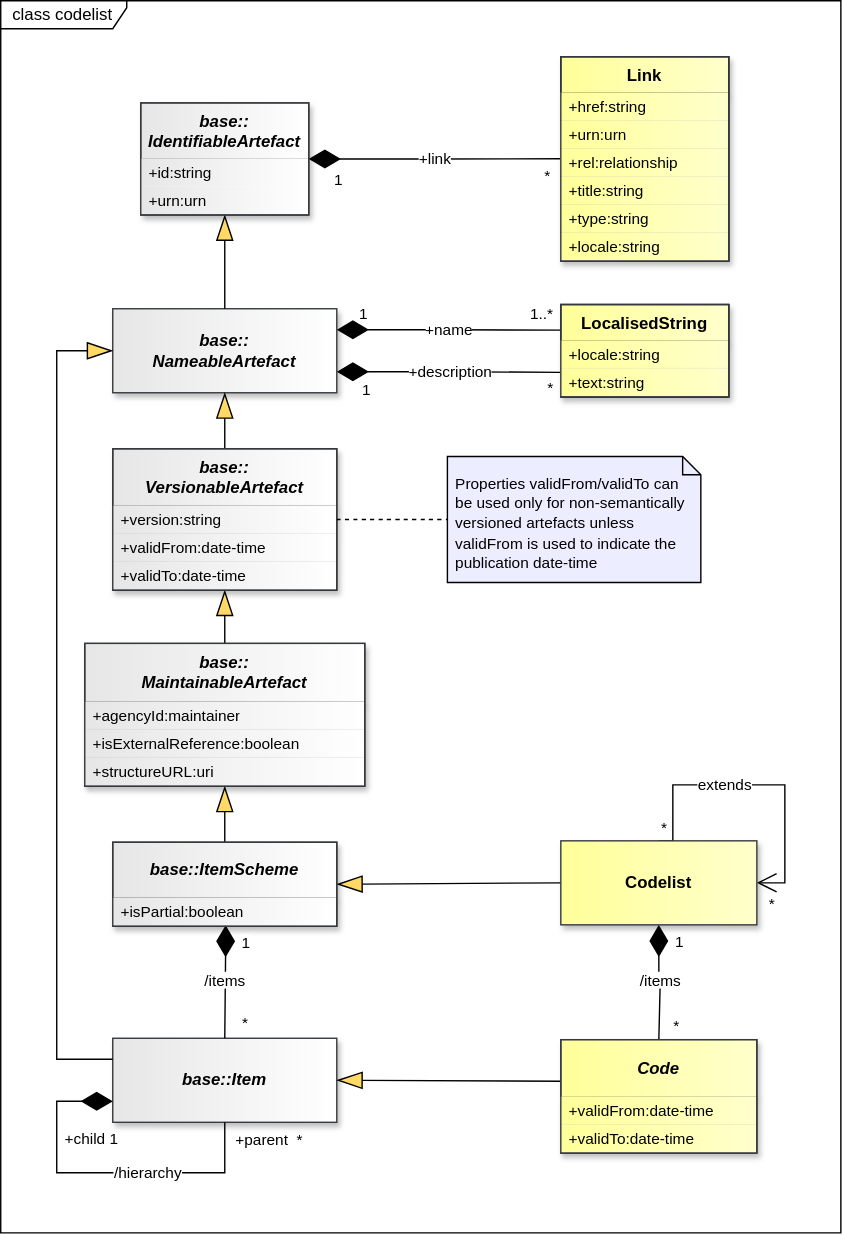
sdmx-twg/sdmx-im keeps this draw.io diagram as docs/information_model/media/sdmx_codelist-codelist.svg. Above is the earlier version. Source tidied: cells renumbered, new cells last; positions are measured from the earlier drawing's top-left corner, leaving out a move shared by most shapes.
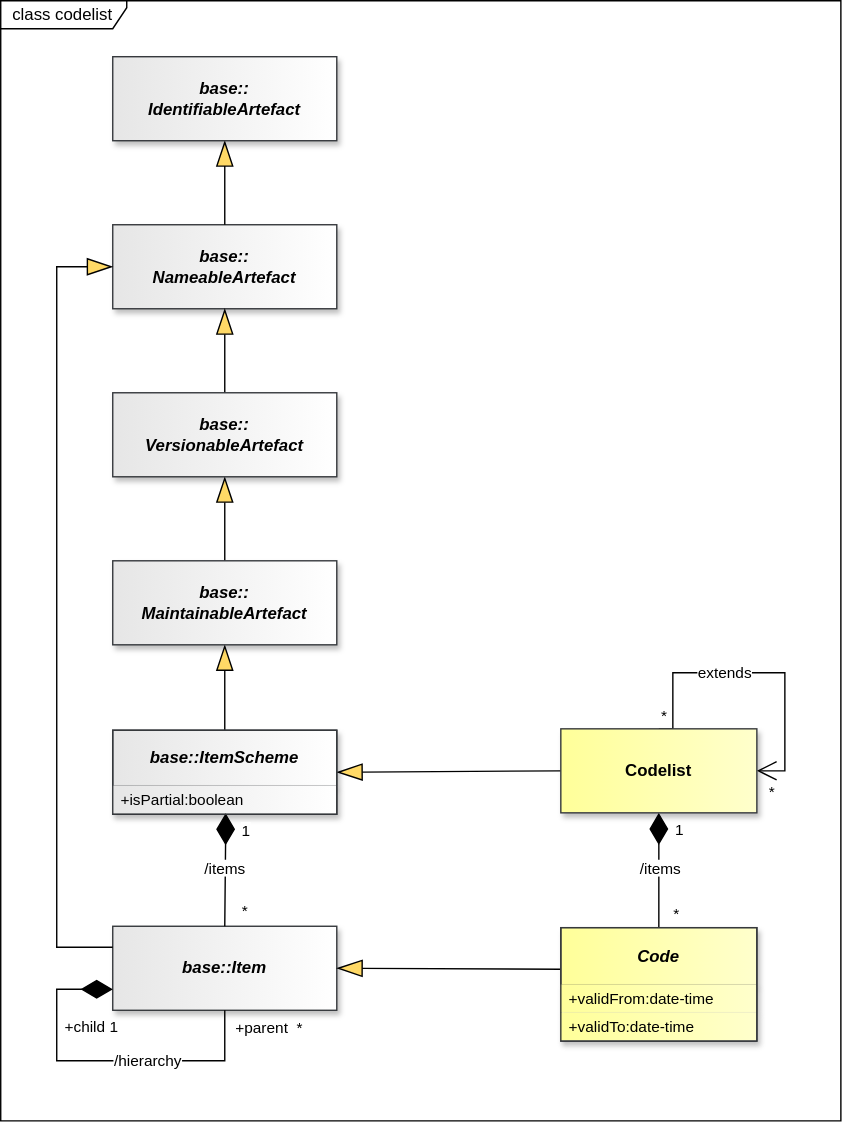
Above is the later version.

Diff of the diagram source:
```diff
@@ -5,3 +5,3 @@
     <mxCell id="2" value="&amp;nbsp; class codelist" style="shape=umlFrame;whiteSpace=wrap;html=1;fillColor=light-dark(#FFFFFF,#121212);swimlaneFillColor=light-dark(#FFFFFF,#121212);width=90;height=20;strokeColor=default;strokeWidth=1;align=left;" parent="1" vertex="1">
-      <mxGeometry width="600" height="880" as="geometry" />
+      <mxGeometry y="80" width="600" height="800" as="geometry" />
     </mxCell>
@@ -64,13 +64,4 @@
     </mxCell>
-    <mxCell id="22" value="base::&lt;br&gt;IdentifiableArtefact" style="swimlane;fontStyle=3;align=center;verticalAlign=top;horizontal=1;startSize=40;whiteSpace=wrap;html=1;strokeColor=#36393d;fontFamily=Helvetica;fontSize=12;fillColor=light-dark(#E6E6E6,#E6E6E6);gradientDirection=east;gradientColor=light-dark(#FFFFFF,#FFFFFF);fontColor=light-dark(#000000,#000000);shadow=1;perimeterSpacing=0;strokeWidth=1;textShadow=0;groupPadding=0 0 0 2;swimlaneFillColor=default;" parent="1" vertex="1">
-      <mxGeometry x="100" y="73" width="120" height="80" as="geometry" />
-    </mxCell>
-    <mxCell id="23" value="+id:string" style="text;strokeColor=none;fillColor=light-dark(#E6E6E6,#E6E6E6);align=left;verticalAlign=middle;spacingLeft=4;spacingRight=4;overflow=hidden;whiteSpace=wrap;html=1;fontFamily=Helvetica;fontSize=11;fontColor=light-dark(#000000,#000000);fontStyle=0;gradientColor=light-dark(#FFFFFF,#FFFFFF);gradientDirection=east;strokeWidth=0;perimeterSpacing=0;labelBorderColor=none;textShadow=0;" parent="22" vertex="1">
-      <mxGeometry y="40" width="120" height="20" as="geometry" />
-    </mxCell>
-    <mxCell id="24" value="+urn:urn" style="text;strokeColor=none;fillColor=light-dark(#E6E6E6,#E6E6E6);align=left;verticalAlign=middle;spacingLeft=4;spacingRight=4;overflow=hidden;whiteSpace=wrap;html=1;fontFamily=Helvetica;fontSize=11;fontColor=light-dark(#000000,#000000);fontStyle=0;gradientColor=light-dark(#FFFFFF,#FFFFFF);gradientDirection=east;strokeWidth=0;shadow=0;" parent="22" vertex="1">
-      <mxGeometry y="60" width="120" height="20" as="geometry" />
-    </mxCell>
     <mxCell id="25" value="base::&lt;br&gt;NameableArtefact" style="whiteSpace=wrap;html=1;verticalAlign=middle;gradientDirection=east;imageVerticalAlign=top;fontStyle=3;fillColor=light-dark(#E6E6E6,#E6E6E6);strokeColor=#36393D;fontColor=light-dark(#000000,#000000);gradientColor=light-dark(#FFFFFF,#FFFFFF);shadow=1;" parent="1" vertex="1">
-      <mxGeometry x="80" y="220" width="160" height="60" as="geometry" />
+      <mxGeometry x="80" y="240" width="160" height="60" as="geometry" />
     </mxCell>
@@ -79,14 +70,2 @@
     </mxCell>
-    <mxCell id="27" value="base::&lt;br&gt;VersionableArtefact" style="swimlane;fontStyle=3;align=center;verticalAlign=top;horizontal=1;startSize=41;whiteSpace=wrap;html=1;strokeColor=#36393d;fontFamily=Helvetica;fontSize=12;fillColor=light-dark(#E6E6E6,#E6E6E6);gradientDirection=east;gradientColor=light-dark(#FFFFFF,#FFFFFF);fontColor=light-dark(#000000,#000000);shadow=1;" parent="1" vertex="1">
-      <mxGeometry x="80" y="320" width="160" height="101" as="geometry" />
-    </mxCell>
-    <mxCell id="28" value="+version:string" style="text;strokeColor=none;fillColor=light-dark(#E6E6E6,#E6E6E6);align=left;verticalAlign=middle;spacingLeft=4;spacingRight=4;overflow=hidden;whiteSpace=wrap;html=1;fontFamily=Helvetica;fontSize=11;fontColor=light-dark(#000000,#000000);fontStyle=0;gradientColor=light-dark(#FFFFFF,#FFFFFF);gradientDirection=east;shadow=1;" parent="27" vertex="1">
-      <mxGeometry y="41" width="160" height="20" as="geometry" />
-    </mxCell>
-    <mxCell id="29" value="+validFrom:date-time" style="text;strokeColor=none;fillColor=light-dark(#E6E6E6,#E6E6E6);align=left;verticalAlign=middle;spacingLeft=4;spacingRight=4;overflow=hidden;whiteSpace=wrap;html=1;fontFamily=Helvetica;fontSize=11;fontColor=light-dark(#000000,#000000);fontStyle=0;gradientColor=light-dark(#FFFFFF,#FFFFFF);gradientDirection=east;shadow=1;" parent="27" vertex="1">
-      <mxGeometry y="61" width="160" height="20" as="geometry" />
-    </mxCell>
-    <mxCell id="30" value="+validTo:date-time" style="text;strokeColor=none;fillColor=light-dark(#E6E6E6,#E6E6E6);align=left;verticalAlign=middle;spacingLeft=4;spacingRight=4;overflow=hidden;whiteSpace=wrap;html=1;fontFamily=Helvetica;fontSize=11;fontColor=light-dark(#000000,#000000);fontStyle=0;gradientColor=light-dark(#FFFFFF,#FFFFFF);gradientDirection=east;shadow=1;" parent="27" vertex="1">
-      <mxGeometry y="81" width="160" height="20" as="geometry" />
-    </mxCell>
     <mxCell id="31" style="endArrow=blockThin;endSize=16;endFill=1;html=1;rounded=0;entryX=0.5;entryY=1;entryDx=0;entryDy=0;exitX=0.5;exitY=0;exitDx=0;exitDy=0;startFill=0;endFillColor=light-dark(#FFD966,#FFD966);strokeColor=light-dark(#000000,#FFFFFF);startFillColor=light-dark(#000000,#FFFFFF);labelBackgroundColor=none;labelBorderColor=light-dark(#000000,#FFFFFF);" parent="1" edge="1" source="27" target="25">
@@ -94,35 +73,2 @@
     </mxCell>
-    <mxCell id="32" value="&lt;font style=&quot;color: light-dark(rgb(0, 0, 0), rgb(255, 255, 255)); background-color: light-dark(rgb(255, 255, 255), rgb(0, 0, 0));&quot;&gt;+name&lt;/font&gt;" style="endArrow=none;html=1;endSize=12;startArrow=diamondThin;startSize=20;startFill=1;edgeStyle=orthogonalEdgeStyle;rounded=0;exitX=1;exitY=0.25;exitDx=0;exitDy=0;endFill=0;strokeColor=light-dark(#000000,#FFFFFF);fontColor=light-dark(#000000,#FFFFFF);labelBackgroundColor=none;entryX=0.005;entryY=0.277;entryDx=0;entryDy=0;entryPerimeter=0;" parent="1" edge="1" source="25" target="66">
-      <mxGeometry relative="1" as="geometry" />
-    </mxCell>
-    <mxCell id="33" value="1..*" style="edgeLabel;html=1;align=right;verticalAlign=top;labelBackgroundColor=none;fontColor=light-dark(#000000,#FFFFFF);" parent="32" vertex="1">
-      <mxGeometry x="1" relative="1" as="geometry">
-        <mxPoint x="-6" y="-24" as="offset" />
-      </mxGeometry>
-    </mxCell>
-    <mxCell id="34" value="1" style="edgeLabel;html=1;align=center;verticalAlign=middle;fontSize=11;" parent="32" vertex="1">
-      <mxGeometry x="-0.77" y="-3" relative="1" as="geometry">
-        <mxPoint y="-15" as="offset" />
-      </mxGeometry>
-    </mxCell>
-    <mxCell id="35" value="&lt;font style=&quot;color: light-dark(rgb(0, 0, 0), rgb(255, 255, 255)); background-color: light-dark(rgb(255, 255, 255), rgb(0, 0, 0));&quot;&gt;+description&lt;/font&gt;" style="endArrow=none;html=1;endSize=12;startArrow=diamondThin;startSize=20;startFill=1;edgeStyle=orthogonalEdgeStyle;rounded=0;exitX=1;exitY=0.75;exitDx=0;exitDy=0;endFill=0;strokeColor=light-dark(#000000,#FFFFFF);fontColor=light-dark(#000000,#FFFFFF);labelBackgroundColor=none;entryX=0.005;entryY=0.121;entryDx=0;entryDy=0;entryPerimeter=0;" parent="1" edge="1" source="25" target="68">
-      <mxGeometry relative="1" as="geometry" />
-    </mxCell>
-    <mxCell id="36" value="1" style="edgeLabel;html=1;align=center;verticalAlign=middle;fontSize=11;" parent="35" vertex="1">
-      <mxGeometry x="-0.75" y="1" relative="1" as="geometry">
-        <mxPoint y="13" as="offset" />
-      </mxGeometry>
-    </mxCell>
-    <mxCell id="37" value="base::&lt;br&gt;MaintainableArtefact" style="swimlane;fontStyle=3;align=center;verticalAlign=top;horizontal=1;startSize=42;whiteSpace=wrap;html=1;strokeColor=#36393d;fontFamily=Helvetica;fontSize=12;fillColor=light-dark(#E6E6E6,#E6E6E6);gradientDirection=east;gradientColor=light-dark(#FFFFFF,#FFFFFF);fontColor=light-dark(#000000,#000000);shadow=1;" parent="1" vertex="1">
-      <mxGeometry x="60" y="459" width="200" height="102" as="geometry" />
-    </mxCell>
-    <mxCell id="38" value="+agencyId:maintainer" style="text;strokeColor=none;fillColor=light-dark(#E6E6E6,#E6E6E6);align=left;verticalAlign=middle;spacingLeft=4;spacingRight=4;overflow=hidden;whiteSpace=wrap;html=1;fontFamily=Helvetica;fontSize=11;fontColor=light-dark(#000000,#000000);fontStyle=0;gradientColor=light-dark(#FFFFFF,#FFFFFF);gradientDirection=east;shadow=1;" parent="37" vertex="1">
-      <mxGeometry y="42" width="200" height="20" as="geometry" />
-    </mxCell>
-    <mxCell id="39" value="+isExternalReference:boolean" style="text;strokeColor=none;fillColor=light-dark(#E6E6E6,#E6E6E6);align=left;verticalAlign=middle;spacingLeft=4;spacingRight=4;overflow=hidden;whiteSpace=wrap;html=1;fontFamily=Helvetica;fontSize=11;fontColor=light-dark(#000000,#000000);fontStyle=0;gradientColor=light-dark(#FFFFFF,#FFFFFF);gradientDirection=east;shadow=1;" parent="37" vertex="1">
-      <mxGeometry y="62" width="200" height="20" as="geometry" />
-    </mxCell>
-    <mxCell id="40" value="+structureURL:uri" style="text;strokeColor=none;fillColor=light-dark(#E6E6E6,#E6E6E6);align=left;verticalAlign=middle;spacingLeft=4;spacingRight=4;overflow=hidden;whiteSpace=wrap;html=1;fontFamily=Helvetica;fontSize=11;fontColor=light-dark(#000000,#000000);fontStyle=0;gradientColor=light-dark(#FFFFFF,#FFFFFF);gradientDirection=east;shadow=1;" parent="37" vertex="1">
-      <mxGeometry y="82" width="200" height="20" as="geometry" />
-    </mxCell>
     <mxCell id="41" style="endArrow=blockThin;endSize=16;endFill=1;html=1;rounded=0;exitX=0.5;exitY=0;exitDx=0;exitDy=0;startFill=0;endFillColor=light-dark(#FFD966,#FFD966);strokeColor=light-dark(#000000,#FFFFFF);startFillColor=light-dark(#000000,#FFFFFF);labelBackgroundColor=none;labelBorderColor=light-dark(#000000,#FFFFFF);entryX=0.5;entryY=1;entryDx=0;entryDy=0;" parent="1" edge="1" source="37" target="27">
@@ -218,6 +164,6 @@
     <mxCell id="60" style="endArrow=blockThin;endSize=16;endFill=1;html=1;rounded=0;exitX=0;exitY=0.25;exitDx=0;exitDy=0;startFill=0;endFillColor=light-dark(#FFD966,#FFD966);strokeColor=light-dark(#000000,#FFFFFF);startFillColor=light-dark(#000000,#FFFFFF);labelBackgroundColor=none;labelBorderColor=light-dark(#000000,#FFFFFF);entryX=0;entryY=0.5;entryDx=0;entryDy=0;" parent="1" edge="1" source="43" target="25">
-      <mxGeometry relative="1" as="geometry">
+      <mxGeometry x="0.04" relative="1" as="geometry">
         <Array as="points">
           <mxPoint x="40" y="756" />
-          <mxPoint x="40" y="250" />
+          <mxPoint x="40" y="270" />
         </Array>
@@ -228,5 +174,2 @@
     </mxCell>
-    <mxCell id="62" value="*" style="edgeLabel;html=1;align=right;verticalAlign=top;labelBackgroundColor=none;fontColor=light-dark(#000000,#FFFFFF);" parent="1" vertex="1">
-      <mxGeometry x="395" y="264" as="geometry" />
-    </mxCell>
     <mxCell id="63" value="Code" style="swimlane;fontStyle=3;align=center;verticalAlign=middle;horizontal=1;startSize=41;whiteSpace=wrap;html=1;strokeColor=#36393d;fontFamily=Helvetica;fontSize=12;fillColor=light-dark(#FFFF99,#FFFF99);gradientDirection=east;gradientColor=light-dark(#FFFFCC,#FFFFCC);fontColor=light-dark(#000000,#000000);shadow=1;" parent="1" vertex="1">
@@ -240,63 +183,2 @@
     </mxCell>
-    <mxCell id="66" value="LocalisedString" style="swimlane;fontStyle=1;align=center;verticalAlign=top;horizontal=1;startSize=26;whiteSpace=wrap;html=1;fillColor=light-dark(#FFFF99,#FFFF99);strokeColor=light-dark(#000000,#000000);gradientDirection=east;swimlaneLine=1;fontColor=light-dark(#000000,#000000);labelBackgroundColor=none;textShadow=0;gradientColor=light-dark(#FFFFCC,#FFFFCC);shadow=1;" parent="1" vertex="1">
-      <mxGeometry x="400" y="217" width="120" height="66" as="geometry" />
-    </mxCell>
-    <mxCell id="67" value="+locale:string" style="text;strokeColor=none;fillColor=light-dark(#FFFF99,#FFFF99);align=left;verticalAlign=middle;spacingLeft=4;spacingRight=4;overflow=hidden;whiteSpace=wrap;html=1;fontSize=11;gradientColor=light-dark(#FFFFCC,#FFFFCC);gradientDirection=east;fontColor=light-dark(#000000,#000000);strokeWidth=0;shadow=1;" parent="66" vertex="1">
-      <mxGeometry y="26" width="120" height="20" as="geometry" />
-    </mxCell>
-    <mxCell id="68" value="+text:string" style="text;strokeColor=none;fillColor=light-dark(#FFFF99,#FFFF99);align=left;verticalAlign=middle;spacingLeft=4;spacingRight=4;overflow=hidden;points=[[0,0.5],[1,0.5]];portConstraint=eastwest;whiteSpace=wrap;html=1;fontSize=11;gradientColor=light-dark(#FFFFCC,#FFFFCC);gradientDirection=east;fontColor=light-dark(#000000,#000000);strokeWidth=0;shadow=1;" parent="66" vertex="1">
-      <mxGeometry y="46" width="120" height="20" as="geometry" />
-    </mxCell>
-    <mxCell id="69" style="endArrow=none;html=1;endSize=12;startArrow=diamondThin;startSize=20;startFill=1;edgeStyle=orthogonalEdgeStyle;rounded=0;exitX=1;exitY=0.5;exitDx=0;exitDy=0;endFill=0;strokeColor=light-dark(#000000,#FFFFFF);fontColor=light-dark(#000000,#FFFFFF);labelBackgroundColor=none;entryX=0.004;entryY=0.345;entryDx=0;entryDy=0;entryPerimeter=0;" parent="1" edge="1" source="22" target="76">
-      <mxGeometry relative="1" as="geometry" />
-    </mxCell>
-    <mxCell id="70" value="*" style="edgeLabel;html=1;align=right;verticalAlign=top;labelBackgroundColor=none;fontColor=light-dark(#000000,#FFFFFF);" parent="69" vertex="1">
-      <mxGeometry x="1" relative="1" as="geometry">
-        <mxPoint x="-8" y="-1" as="offset" />
-      </mxGeometry>
-    </mxCell>
-    <mxCell id="71" value="&lt;font&gt;+link&lt;/font&gt;" style="edgeLabel;html=1;align=center;verticalAlign=middle;fontSize=11;" parent="69" vertex="1">
-      <mxGeometry relative="1" as="geometry" />
-    </mxCell>
-    <mxCell id="72" value="1" style="edgeLabel;html=1;align=center;verticalAlign=middle;fontSize=11;" parent="69" vertex="1">
-      <mxGeometry x="-0.8" y="-1" relative="1" as="geometry">
-        <mxPoint x="2" y="13" as="offset" />
-      </mxGeometry>
-    </mxCell>
-    <mxCell id="73" value="Link" style="swimlane;fontStyle=1;align=center;verticalAlign=top;horizontal=1;startSize=26;whiteSpace=wrap;html=1;fillColor=light-dark(#FFFF99,#FFFF99);strokeColor=light-dark(#000000,#000000);gradientDirection=east;swimlaneLine=1;fontColor=light-dark(#000000,#000000);labelBackgroundColor=none;textShadow=0;gradientColor=light-dark(#FFFFCC,#FFFFCC);shadow=1;" parent="1" vertex="1">
-      <mxGeometry x="400" y="40" width="120" height="146" as="geometry" />
-    </mxCell>
-    <mxCell id="74" value="+href:string" style="text;strokeColor=none;fillColor=light-dark(#FFFF99,#FFFF99);align=left;verticalAlign=middle;spacingLeft=4;spacingRight=4;overflow=hidden;whiteSpace=wrap;html=1;fontSize=11;gradientColor=light-dark(#FFFFCC,#FFFFCC);gradientDirection=east;fontColor=light-dark(#000000,#000000);strokeWidth=0;textShadow=0;shadow=1;" parent="73" vertex="1">
-      <mxGeometry y="26" width="120" height="20" as="geometry" />
-    </mxCell>
-    <mxCell id="75" value="+urn:urn" style="text;strokeColor=none;fillColor=light-dark(#FFFF99,#FFFF99);align=left;verticalAlign=middle;spacingLeft=4;spacingRight=4;overflow=hidden;whiteSpace=wrap;html=1;fontSize=11;gradientColor=light-dark(#FFFFCC,#FFFFCC);gradientDirection=east;fontColor=light-dark(#000000,#000000);strokeWidth=0;shadow=1;" parent="73" vertex="1">
-      <mxGeometry y="46" width="120" height="20" as="geometry" />
-    </mxCell>
-    <mxCell id="76" value="+rel:relationship" style="text;strokeColor=none;fillColor=light-dark(#FFFF99,#FFFF99);align=left;verticalAlign=middle;spacingLeft=4;spacingRight=4;overflow=hidden;points=[[0,0.5],[1,0.5]];portConstraint=eastwest;whiteSpace=wrap;html=1;fontSize=11;gradientColor=light-dark(#FFFFCC,#FFFFCC);gradientDirection=east;fontColor=light-dark(#000000,#000000);strokeWidth=0;shadow=1;" parent="73" vertex="1">
-      <mxGeometry y="66" width="120" height="20" as="geometry" />
-    </mxCell>
-    <mxCell id="77" value="+title:string" style="text;strokeColor=none;fillColor=light-dark(#FFFF99,#FFFF99);align=left;verticalAlign=middle;spacingLeft=4;spacingRight=4;overflow=hidden;whiteSpace=wrap;html=1;fontSize=11;gradientColor=light-dark(#FFFFCC,#FFFFCC);gradientDirection=east;fontColor=light-dark(#000000,#000000);strokeWidth=0;shadow=1;" parent="73" vertex="1">
-      <mxGeometry y="86" width="120" height="20" as="geometry" />
-    </mxCell>
-    <mxCell id="78" value="+type:string" style="text;strokeColor=none;fillColor=light-dark(#FFFF99,#FFFF99);align=left;verticalAlign=middle;spacingLeft=4;spacingRight=4;overflow=hidden;whiteSpace=wrap;html=1;fontSize=11;gradientColor=light-dark(#FFFFCC,#FFFFCC);gradientDirection=east;fontColor=light-dark(#000000,#000000);strokeWidth=0;shadow=1;" parent="73" vertex="1">
-      <mxGeometry y="106" width="120" height="20" as="geometry" />
-    </mxCell>
-    <mxCell id="79" value="+locale:string" style="text;strokeColor=none;fillColor=light-dark(#FFFF99,#FFFF99);align=left;verticalAlign=middle;spacingLeft=4;spacingRight=4;overflow=hidden;whiteSpace=wrap;html=1;fontSize=11;gradientColor=light-dark(#FFFFCC,#FFFFCC);gradientDirection=east;fontColor=light-dark(#000000,#000000);strokeWidth=0;shadow=1;" parent="73" vertex="1">
-      <mxGeometry y="126" width="120" height="20" as="geometry" />
-    </mxCell>
-    <mxCell id="80" style="rounded=0;whiteSpace=wrap;html=1;fillColor=none;strokeColor=#36393D;" parent="1" vertex="1">
-      <mxGeometry x="100" y="73" width="120" height="80" as="geometry" />
-    </mxCell>
-    <mxCell id="81" style="rounded=0;whiteSpace=wrap;html=1;fillColor=none;strokeColor=#36393D;" parent="1" vertex="1">
-      <mxGeometry x="400" y="217" width="120" height="66" as="geometry" />
-    </mxCell>
-    <mxCell id="82" style="rounded=0;whiteSpace=wrap;html=1;fillColor=none;strokeColor=#36393D;" parent="1" vertex="1">
-      <mxGeometry x="80" y="320" width="160" height="101" as="geometry" />
-    </mxCell>
-    <mxCell id="83" style="rounded=0;whiteSpace=wrap;html=1;fillColor=none;strokeColor=#36393D;" parent="1" vertex="1">
-      <mxGeometry x="60" y="459" width="200" height="102" as="geometry" />
-    </mxCell>
-    <mxCell id="84" style="rounded=0;whiteSpace=wrap;html=1;fillColor=none;strokeColor=#36393D;" parent="1" vertex="1">
-      <mxGeometry x="400" y="40" width="120" height="146" as="geometry" />
-    </mxCell>
     <mxCell id="85" style="rounded=0;whiteSpace=wrap;html=1;fillColor=none;strokeColor=#36393D;" parent="1" vertex="1">
@@ -307,11 +189,11 @@
     </mxCell>
-    <mxCell id="87" style="shape=note2;size=13;html=1;fillColor=light-dark(#ECEDFF,#ECEDFF);shadow=0;fontColor=light-dark(#000000,#000000);strokeColor=light-dark(#000000,#000000);verticalAlign=top;" parent="1" vertex="1">
-      <mxGeometry x="319" y="325.5" width="181" height="90" as="geometry" />
-    </mxCell>
-    <mxCell id="88" value="&lt;div&gt;&lt;font&gt;&lt;span style=&quot;font-size: 11px;&quot;&gt;Properties&amp;nbsp;&lt;/span&gt;&lt;/font&gt;&lt;span style=&quot;background-color: transparent; font-size: 11px;&quot;&gt;validFrom/validTo can be used only for non-semantically versioned artefacts&lt;/span&gt;&lt;span style=&quot;background-color: transparent; font-size: 11px;&quot;&gt; unless validFrom is used to indicate the publication date-time&lt;/span&gt;&lt;/div&gt;" style="text;html=1;strokeColor=none;fillColor=none;align=left;verticalAlign=middle;spacingLeft=4;spacingRight=4;overflow=hidden;points=[[0,0.5],[1,0.5]];portConstraint=eastwest;whiteSpace=wrap;labelBorderColor=none;spacingTop=8;fontColor=light-dark(#000000,#000000);spacingBottom=4;" parent="87" vertex="1">
-      <mxGeometry width="181" height="90" as="geometry" />
-    </mxCell>
-    <mxCell id="89" style="edgeStyle=none;curved=1;rounded=0;jettySize=auto;html=1;fontSize=12;startSize=8;endSize=8;entryX=0;entryY=0.5;entryDx=0;entryDy=0;endArrow=none;endFill=0;dashed=1;exitX=1;exitY=0.5;exitDx=0;exitDy=0;" parent="1" edge="1" source="82" target="88">
-      <mxGeometry x="0.52" y="6.67" relative="1" as="geometry" />
-    </mxCell>
+    <mxCell id="22" value="base::&lt;br&gt;IdentifiableArtefact" style="whiteSpace=wrap;html=1;verticalAlign=middle;gradientDirection=east;imageVerticalAlign=top;fontStyle=3;fillColor=light-dark(#E6E6E6,#E6E6E6);strokeColor=#36393D;fontColor=light-dark(#000000,#000000);gradientColor=light-dark(#FFFFFF,#FFFFFF);shadow=1;" parent="1" vertex="1">
+      <mxGeometry x="80" y="120" width="160" height="60" as="geometry" />
+    </mxCell>
+    <mxCell id="27" value="base::&lt;br&gt;VersionableArtefact" style="whiteSpace=wrap;html=1;verticalAlign=middle;gradientDirection=east;imageVerticalAlign=top;fontStyle=3;fillColor=light-dark(#E6E6E6,#E6E6E6);strokeColor=#36393D;fontColor=light-dark(#000000,#000000);gradientColor=light-dark(#FFFFFF,#FFFFFF);shadow=1;" parent="1" vertex="1">
+      <mxGeometry x="80" y="360" width="160" height="60" as="geometry" />
+    </mxCell>
+    <mxCell id="37" value="base::&lt;br&gt;MaintainableArtefact" style="whiteSpace=wrap;html=1;verticalAlign=middle;gradientDirection=east;imageVerticalAlign=top;fontStyle=3;fillColor=light-dark(#E6E6E6,#E6E6E6);strokeColor=#36393D;fontColor=light-dark(#000000,#000000);gradientColor=light-dark(#FFFFFF,#FFFFFF);shadow=1;" parent="1" vertex="1">
+      <mxGeometry x="80" y="480" width="160" height="60" as="geometry" />
+    </mxCell>
   </root>
```
